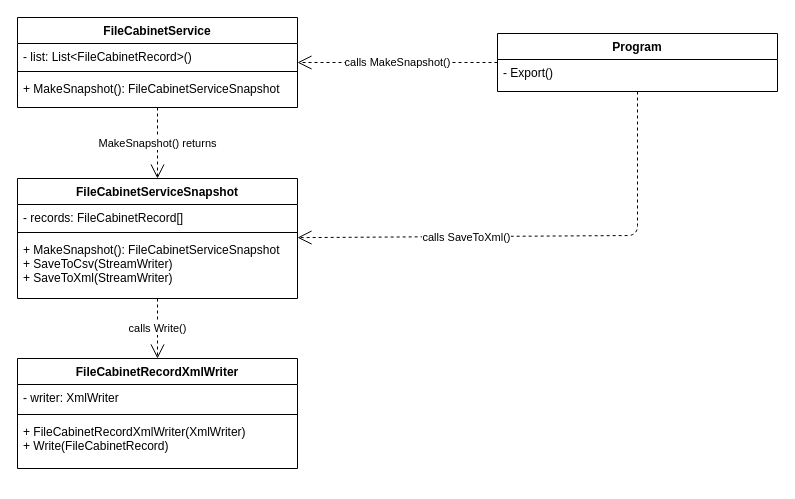
Above: page "Export" (5 of 20) of drawings.drawio in epam-dotnet-lab/file-cabinet-task (draw.io), before the change. Source tidied: cells renumbered, new cells numbered last; positions are measured from the earlier drawing's top-left corner, leaving out a move shared by most shapes. Both pictures are drawn from the tidied source at 100%, with x=0, y=0 at pixel (17, 17).
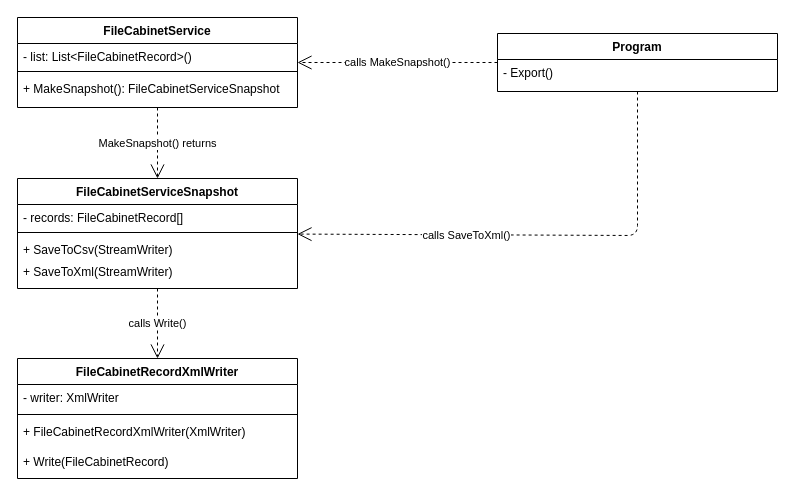
Above is the later version.

What changed in the source:
```diff
@@
     <mxCell id="6" value="FileCabinetServiceSnapshot" style="swimlane;fontStyle=1;align=center;verticalAlign=top;horizontal=1;startSize=26;" parent="1" vertex="1">
-      <mxGeometry y="161" width="280" height="120" as="geometry" />
+      <mxGeometry y="161" width="280" height="110" as="geometry" />
     </mxCell>
@@
-    <mxCell id="9" value="+ MakeSnapshot(): FileCabinetServiceSnapshot&#10;+ SaveToCsv(StreamWriter)&#10;+ SaveToXml(StreamWriter)" style="text;strokeColor=none;fillColor=none;align=left;verticalAlign=top;spacingLeft=4;spacingRight=4;overflow=hidden;" parent="6" vertex="1">
-      <mxGeometry y="58" width="280" height="62" as="geometry" />
+    <mxCell id="9" value="+ SaveToCsv(StreamWriter)" style="text;strokeColor=none;fillColor=none;align=left;verticalAlign=top;spacingLeft=4;spacingRight=4;overflow=hidden;" parent="6" vertex="1">
+      <mxGeometry y="58" width="280" height="22" as="geometry" />
     </mxCell>
+    <mxCell id="20" value="+ SaveToXml(StreamWriter)" style="text;strokeColor=none;fillColor=none;align=left;verticalAlign=top;spacingLeft=4;spacingRight=4;overflow=hidden;" parent="6" vertex="1">
+      <mxGeometry y="80" width="280" height="30" as="geometry" />
+    </mxCell>
@@
     <mxCell id="15" value="FileCabinetRecordXmlWriter" style="swimlane;fontStyle=1;align=center;verticalAlign=top;horizontal=1;startSize=26;" parent="1" vertex="1">
-      <mxGeometry y="341" width="280" height="110" as="geometry" />
+      <mxGeometry y="341" width="280" height="120" as="geometry" />
     </mxCell>
@@
-    <mxCell id="18" value="+ FileCabinetRecordXmlWriter(XmlWriter)&#10;+ Write(FileCabinetRecord)" style="text;strokeColor=none;fillColor=none;align=left;verticalAlign=top;spacingLeft=4;spacingRight=4;overflow=hidden;" parent="15" vertex="1">
-      <mxGeometry y="60" width="280" height="50" as="geometry" />
+    <mxCell id="18" value="+ FileCabinetRecordXmlWriter(XmlWriter)" style="text;strokeColor=none;fillColor=none;align=left;verticalAlign=top;spacingLeft=4;spacingRight=4;overflow=hidden;" parent="15" vertex="1">
+      <mxGeometry y="60" width="280" height="30" as="geometry" />
     </mxCell>
+    <mxCell id="21" value="+ Write(FileCabinetRecord)" style="text;strokeColor=none;fillColor=none;align=left;verticalAlign=top;spacingLeft=4;spacingRight=4;overflow=hidden;" parent="15" vertex="1">
+      <mxGeometry y="90" width="280" height="30" as="geometry" />
+    </mxCell>
```
